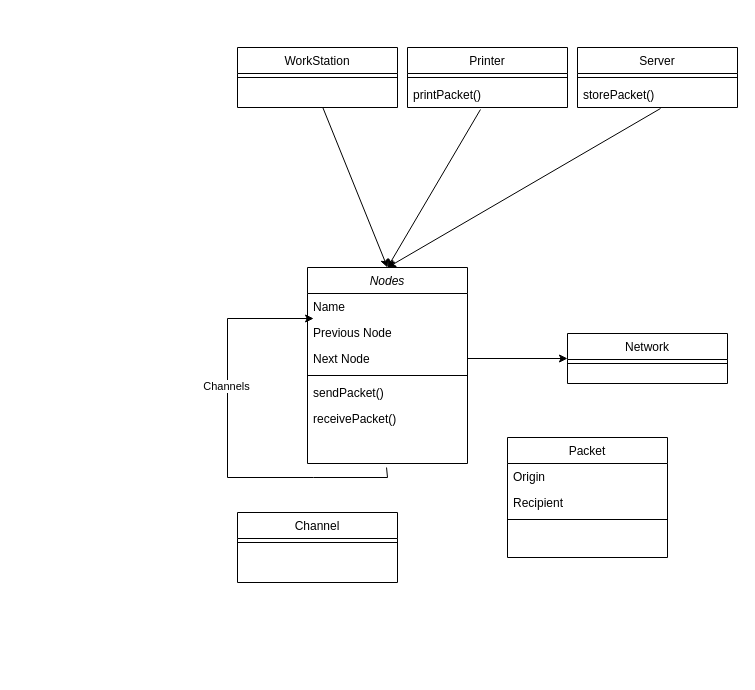
lopez-gina/Jenkins1 keeps this draw.io diagram as ex4.drawio. Above is the earlier version. Source tidied: cells renumbered, new cells numbered last; positions are measured from the earlier drawing's top-left corner, leaving out a move shared by most shapes. Both pictures are drawn from the tidied source at 100%, with x=0, y=0 at pixel (227, 47).
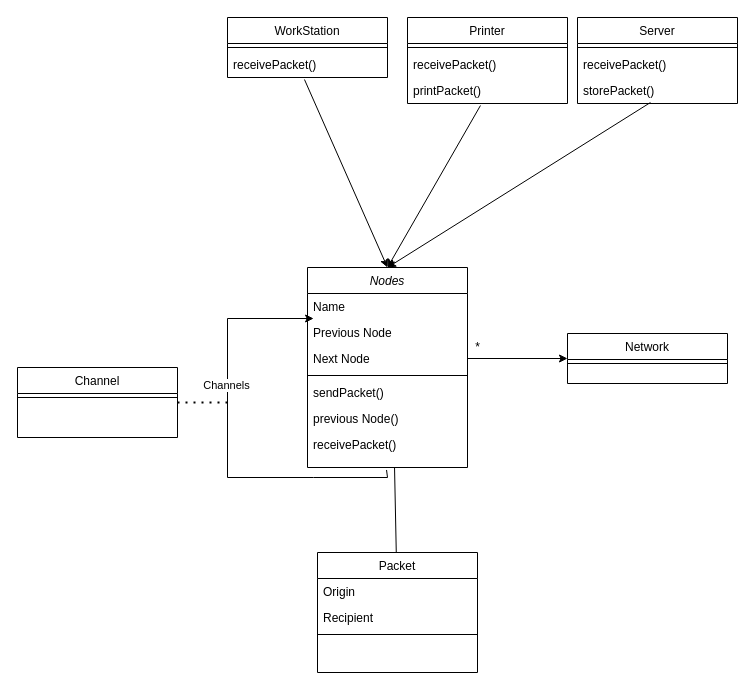
The same page after the edit.

Change to the diagram source:
```diff
@@
     <mxCell id="2" value="Nodes" style="swimlane;fontStyle=2;align=center;verticalAlign=top;horizontal=1;startSize=26;rounded=0;shadow=0;strokeWidth=1;" parent="1" vertex="1">
-      <mxGeometry x="80" y="220" width="160" height="196" as="geometry" />
+      <mxGeometry x="80" y="220" width="160" height="200" as="geometry" />
     </mxCell>
@@
+    <mxCell id="31" value="previous Node()" style="text;align=left;verticalAlign=top;spacingLeft=4;spacingRight=4;overflow=hidden;" parent="2" vertex="1">
+      <mxGeometry y="138" width="160" height="26" as="geometry" />
+    </mxCell>
     <mxCell id="10" value="receivePacket()" style="text;align=left;verticalAlign=top;spacingLeft=4;spacingRight=4;overflow=hidden;points=[[0,0.5],[1,0.5]];portConstraint=eastwest;" parent="2" vertex="1">
-      <mxGeometry y="138" width="160" height="58" as="geometry" />
+      <mxGeometry y="164" width="160" height="36" as="geometry" />
     </mxCell>
     <mxCell id="11" value="WorkStation" style="swimlane;fontStyle=0;align=center;verticalAlign=top;horizontal=1;startSize=26;rounded=0;shadow=0;strokeWidth=1;" parent="1" vertex="1">
-      <mxGeometry x="10" width="160" height="60" as="geometry" />
+      <mxGeometry y="-30" width="160" height="60" as="geometry" />
     </mxCell>
@@
+    <mxCell id="32" value="receivePacket()" style="text;align=left;verticalAlign=top;spacingLeft=4;spacingRight=4;overflow=hidden;points=[[0,0.5],[1,0.5]];portConstraint=eastwest;" parent="11" vertex="1">
+      <mxGeometry y="34" width="160" height="26" as="geometry" />
+    </mxCell>
     <mxCell id="13" value="Channel" style="swimlane;fontStyle=0;align=center;verticalAlign=top;horizontal=1;startSize=26;rounded=0;shadow=0;strokeWidth=1;" parent="1" vertex="1">
-      <mxGeometry x="10" y="465" width="160" height="70" as="geometry" />
+      <mxGeometry x="-210" y="320" width="160" height="70" as="geometry" />
     </mxCell>
@@
     <mxCell id="15" value="Packet" style="swimlane;fontStyle=0;align=center;verticalAlign=top;horizontal=1;startSize=26;rounded=0;shadow=0;strokeWidth=1;" parent="1" vertex="1">
-      <mxGeometry x="280" y="390" width="160" height="120" as="geometry" />
+      <mxGeometry x="90" y="505" width="160" height="120" as="geometry" />
     </mxCell>
@@
     <mxCell id="19" value="Printer" style="swimlane;fontStyle=0;align=center;verticalAlign=top;horizontal=1;startSize=26;rounded=0;shadow=0;strokeWidth=1;" parent="1" vertex="1">
-      <mxGeometry x="180" width="160" height="60" as="geometry" />
+      <mxGeometry x="180" y="-30" width="160" height="86" as="geometry" />
     </mxCell>
@@
+    <mxCell id="33" value="receivePacket()" style="text;align=left;verticalAlign=top;spacingLeft=4;spacingRight=4;overflow=hidden;" parent="19" vertex="1">
+      <mxGeometry y="34" width="160" height="26" as="geometry" />
+    </mxCell>
     <mxCell id="21" value="printPacket()" style="text;align=left;verticalAlign=top;spacingLeft=4;spacingRight=4;overflow=hidden;points=[[0,0.5],[1,0.5]];portConstraint=eastwest;" parent="19" vertex="1">
-      <mxGeometry y="34" width="160" height="26" as="geometry" />
+      <mxGeometry y="60" width="160" height="26" as="geometry" />
     </mxCell>
     <mxCell id="22" value="Server" style="swimlane;fontStyle=0;align=center;verticalAlign=top;horizontal=1;startSize=26;rounded=0;shadow=0;strokeWidth=1;" parent="1" vertex="1">
-      <mxGeometry x="350" width="160" height="60" as="geometry" />
+      <mxGeometry x="350" y="-30" width="160" height="86" as="geometry" />
     </mxCell>
@@
+    <mxCell id="34" value="receivePacket()" style="text;align=left;verticalAlign=top;spacingLeft=4;spacingRight=4;overflow=hidden;" parent="22" vertex="1">
+      <mxGeometry y="34" width="160" height="26" as="geometry" />
+    </mxCell>
     <mxCell id="24" value="storePacket()" style="text;align=left;verticalAlign=top;spacingLeft=4;spacingRight=4;overflow=hidden;points=[[0,0.5],[1,0.5]];portConstraint=eastwest;" parent="22" vertex="1">
-      <mxGeometry y="34" width="160" height="26" as="geometry" />
+      <mxGeometry y="60" width="160" height="26" as="geometry" />
     </mxCell>
-    <mxCell id="25" style="endArrow=classic;html=1;rounded=0;entryX=0.5;entryY=0;entryDx=0;entryDy=0;" parent="1" edge="1" target="2">
-      <mxGeometry relative="1" as="geometry">
-        <mxPoint x="95.3" y="60" as="sourcePoint" />
-      </mxGeometry>
+    <mxCell id="25" style="endArrow=classic;html=1;rounded=0;entryX=0.5;entryY=0;entryDx=0;entryDy=0;exitX=0.481;exitY=1.077;exitDx=0;exitDy=0;exitPerimeter=0;" parent="1" edge="1" source="32" target="2">
+      <mxGeometry relative="1" as="geometry" />
     </mxCell>
@@
-    <mxCell id="27" style="endArrow=classic;html=1;rounded=0;exitX=0.519;exitY=1.038;exitDx=0;exitDy=0;exitPerimeter=0;entryX=0.5;entryY=0;entryDx=0;entryDy=0;" parent="1" edge="1" target="2">
-      <mxGeometry relative="1" as="geometry">
-        <mxPoint x="433" y="61" as="sourcePoint" />
-      </mxGeometry>
+    <mxCell id="27" style="endArrow=classic;html=1;rounded=0;exitX=0.456;exitY=0.962;exitDx=0;exitDy=0;exitPerimeter=0;entryX=0.5;entryY=0;entryDx=0;entryDy=0;" parent="1" edge="1" source="24" target="2">
+      <mxGeometry relative="1" as="geometry" />
     </mxCell>
@@
+    <mxCell id="35" style="endArrow=none;html=1;rounded=0;entryX=0.544;entryY=1;entryDx=0;entryDy=0;entryPerimeter=0;" parent="1" edge="1" source="15" target="10">
+      <mxGeometry relative="1" as="geometry" />
+    </mxCell>
+    <mxCell id="36" style="endArrow=none;dashed=1;html=1;dashPattern=1 3;strokeWidth=2;rounded=0;exitX=1;exitY=0.5;exitDx=0;exitDy=0;" parent="1" edge="1" source="13">
+      <mxGeometry relative="1" as="geometry">
+        <mxPoint y="355" as="targetPoint" />
+      </mxGeometry>
+    </mxCell>
+    <mxCell id="37" value="*" style="text;html=1;align=center;verticalAlign=middle;strokeColor=none;fillColor=none;" parent="1" vertex="1">
+      <mxGeometry x="235" y="285" width="30" height="30" as="geometry" />
+    </mxCell>
```
